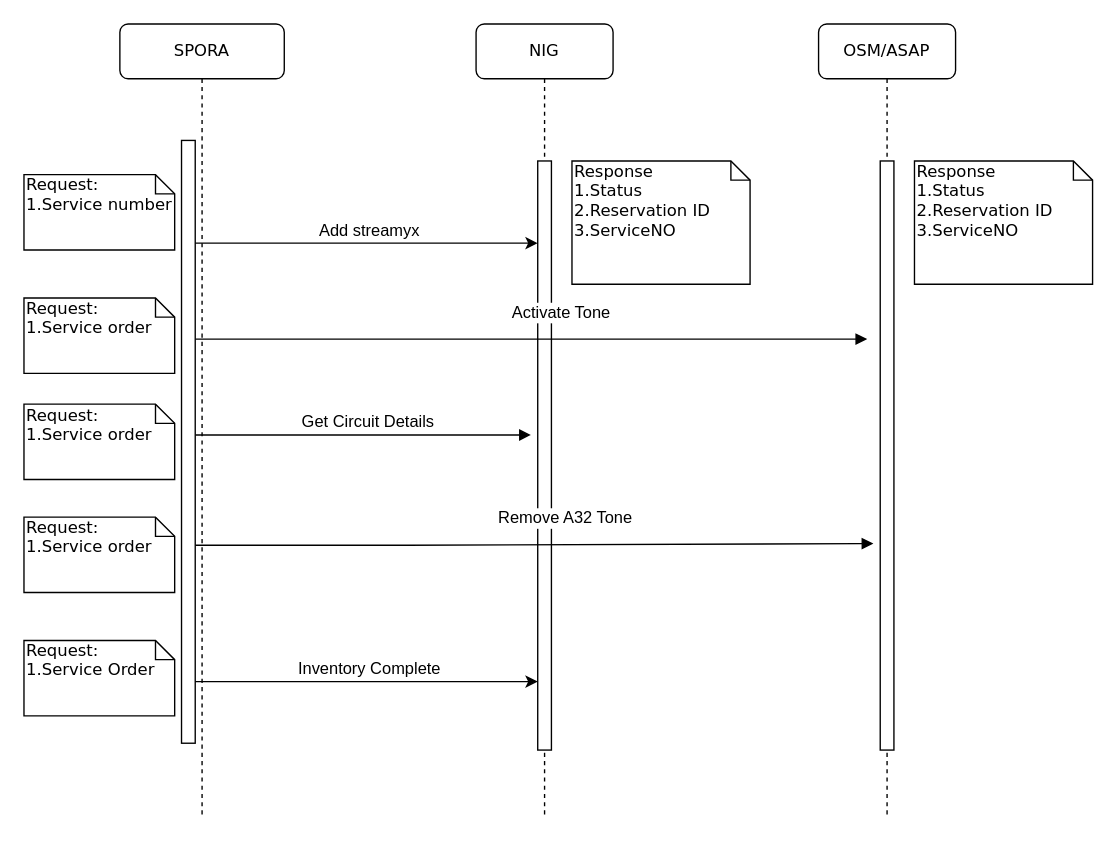
The draw.io diagram Untitled Diagram.drawio in joekeyel/xstate, before the edit. Source tidied: cells renumbered, new cells numbered last; positions are measured from the earlier drawing's top-left corner, leaving out a move shared by most shapes. Both pictures are drawn from the tidied source at 137%, with x=0, y=0 at pixel (23, 23).
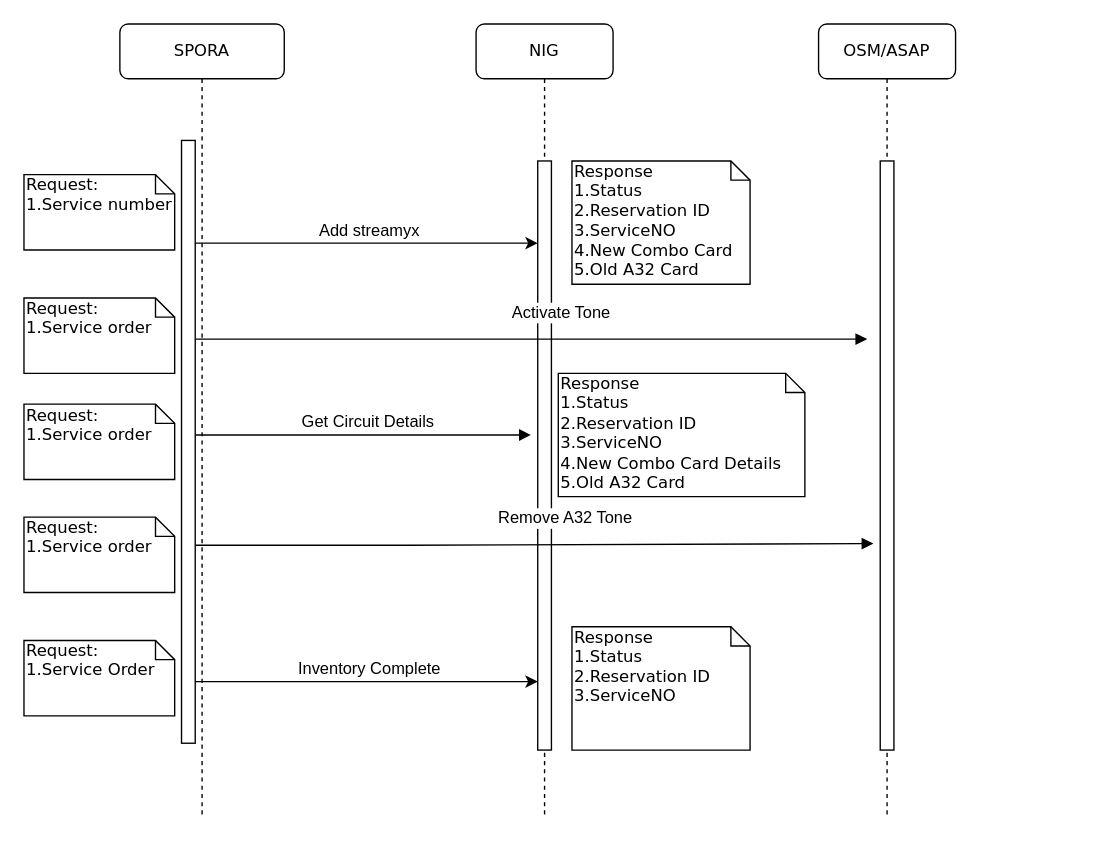
The same page after the edit.

Commit message:
NIG Spora Phase 2

Diff of the diagram source:
```diff
@@
-    <mxCell id="17" value="Response&lt;br&gt;1.Status&lt;br&gt;2.Reservation ID&lt;br&gt;3.ServiceNO" style="shape=note;whiteSpace=wrap;html=1;size=14;verticalAlign=top;align=left;spacingTop=-6;rounded=0;shadow=0;comic=0;labelBackgroundColor=none;strokeWidth=1;fontFamily=Verdana;fontSize=12;" parent="1" vertex="1">
+    <mxCell id="17" value="Response&lt;br&gt;1.Status&lt;br&gt;2.Reservation ID&lt;br&gt;3.ServiceNO&lt;br&gt;4.New Combo Card&lt;br&gt;5.Old A32 Card" style="shape=note;whiteSpace=wrap;html=1;size=14;verticalAlign=top;align=left;spacingTop=-6;rounded=0;shadow=0;comic=0;labelBackgroundColor=none;strokeWidth=1;fontFamily=Verdana;fontSize=12;" parent="1" vertex="1">
       <mxGeometry x="400" y="100" width="130" height="90" as="geometry" />
     </mxCell>
@@
-    <mxCell id="21" value="Response&lt;br&gt;1.Status&lt;br&gt;2.Reservation ID&lt;br&gt;3.ServiceNO" style="shape=note;whiteSpace=wrap;html=1;size=14;verticalAlign=top;align=left;spacingTop=-6;rounded=0;shadow=0;comic=0;labelBackgroundColor=none;strokeWidth=1;fontFamily=Verdana;fontSize=12;" parent="1" vertex="1">
-      <mxGeometry x="650" y="100" width="130" height="90" as="geometry" />
-    </mxCell>
@@
+    <mxCell id="25" value="Response&lt;br&gt;1.Status&lt;br&gt;2.Reservation ID&lt;br&gt;3.ServiceNO&lt;br&gt;4.New Combo Card Details&lt;br&gt;5.Old A32 Card" style="shape=note;whiteSpace=wrap;html=1;size=14;verticalAlign=top;align=left;spacingTop=-6;rounded=0;shadow=0;comic=0;labelBackgroundColor=none;strokeWidth=1;fontFamily=Verdana;fontSize=12;" parent="1" vertex="1">
+      <mxGeometry x="390" y="255" width="180" height="90" as="geometry" />
+    </mxCell>
+    <mxCell id="21" value="Response&lt;br&gt;1.Status&lt;br&gt;2.Reservation ID&lt;br&gt;3.ServiceNO" style="shape=note;whiteSpace=wrap;html=1;size=14;verticalAlign=top;align=left;spacingTop=-6;rounded=0;shadow=0;comic=0;labelBackgroundColor=none;strokeWidth=1;fontFamily=Verdana;fontSize=12;" parent="1" vertex="1">
+      <mxGeometry x="400" y="440" width="130" height="90" as="geometry" />
+    </mxCell>
```
